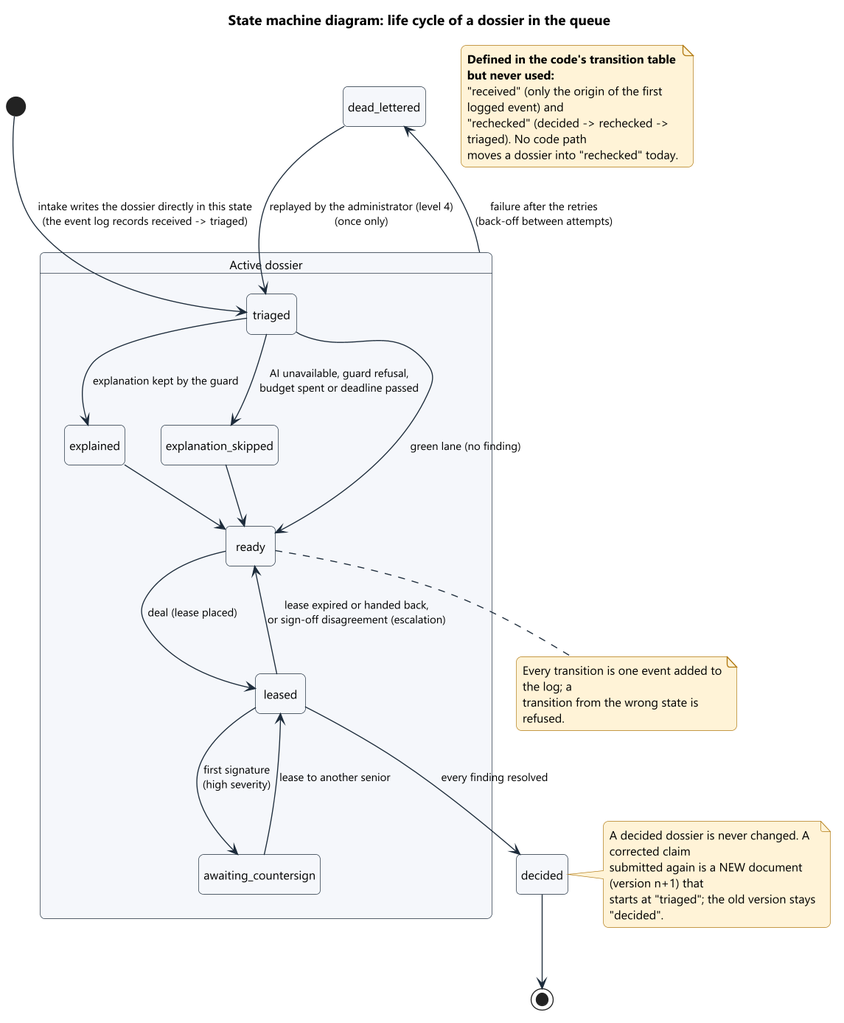
Earlier version of the PlantUML export docs/figures/uml/en/08_states_dossier.png (PublisherX02/Claim_Guard). Its diagram source:
```plantuml
@startuml 08_states_dossier
!include ../style.iuml
title State machine diagram: life cycle of a dossier in the queue
hide empty description

[*] --> triaged : intake writes the dossier directly in this state\n(the event log records received -> triaged)

state "Active dossier" as Active {
  state triaged
  state explained
  state explanation_skipped
  state ready
  state leased
  state awaiting_countersign

  triaged --> ready : green lane (no finding)
  triaged --> explained : explanation kept by the guard
  triaged --> explanation_skipped : AI unavailable, guard refusal,\nbudget spent or deadline passed
  explained --> ready
  explanation_skipped --> ready
  ready --> leased : deal (lease placed)
  leased --> ready : lease expired or handed back,\nor sign-off disagreement (escalation)
  leased --> awaiting_countersign : first signature\n(high severity)
  awaiting_countersign --> leased : lease to another senior
}

leased --> decided : every finding resolved
Active --> dead_lettered : failure after the retries\n(back-off between attempts)
dead_lettered --> triaged : replayed by the administrator (level 4)\n(once only)
decided --> [*]

note right of decided
  A decided dossier is never changed. A corrected claim
  submitted again is a NEW document (version n+1) that
  starts at "triaged"; the old version stays "decided".
end note

note bottom of ready
  Every transition is one event added to the log; a
  transition from the wrong state is refused.
end note

note as N1
  <b>Defined in the code's transition table but never used:</b>
  "received" (only the origin of the first logged event) and
  "rechecked" (decided -> rechecked -> triaged). No code path
  moves a dossier into "rechecked" today.
end note
@enduml
```
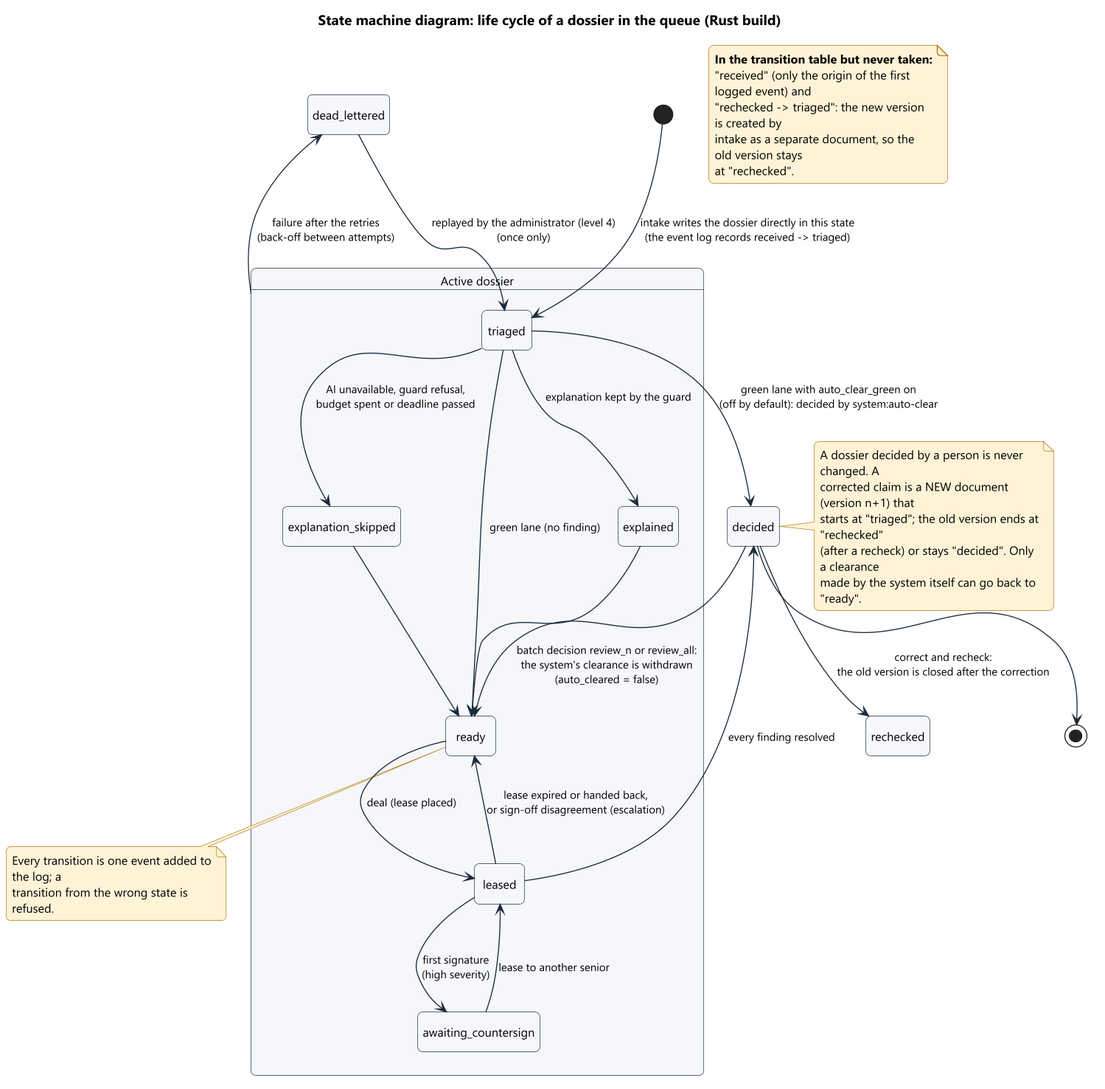
After the commit.

Diff of the diagram source:
```diff
@@ -1,6 +1,6 @@
 @startuml 08_states_dossier
 !include ../style.iuml
-title State machine diagram: life cycle of a dossier in the queue
+title State machine diagram: life cycle of a dossier in the queue (Rust build)
 hide empty description
 
 [*] --> triaged : intake writes the dossier directly in this state\n(the event log records received -> triaged)
@@ -25,14 +25,19 @@
 }
 
 leased --> decided : every finding resolved
+triaged --> decided : green lane with auto_clear_green on\n(off by default): decided by system:auto-clear
+decided --> ready : batch decision review_n or review_all:\nthe system's clearance is withdrawn (auto_cleared = false)
+decided --> rechecked : correct and recheck:\nthe old version is closed after the correction
 Active --> dead_lettered : failure after the retries\n(back-off between attempts)
 dead_lettered --> triaged : replayed by the administrator (level 4)\n(once only)
 decided --> [*]
 
 note right of decided
-  A decided dossier is never changed. A corrected claim
-  submitted again is a NEW document (version n+1) that
-  starts at "triaged"; the old version stays "decided".
+  A dossier decided by a person is never changed. A
+  corrected claim is a NEW document (version n+1) that
+  starts at "triaged"; the old version ends at "rechecked"
+  (after a recheck) or stays "decided". Only a clearance
+  made by the system itself can go back to "ready".
 end note
 
 note bottom of ready
@@ -41,9 +46,10 @@
 end note
 
 note as N1
-  <b>Defined in the code's transition table but never used:</b>
+  <b>In the transition table but never taken:</b>
   "received" (only the origin of the first logged event) and
-  "rechecked" (decided -> rechecked -> triaged). No code path
-  moves a dossier into "rechecked" today.
+  "rechecked -> triaged": the new version is created by
+  intake as a separate document, so the old version stays
+  at "rechecked".
 end note
 @enduml
```
